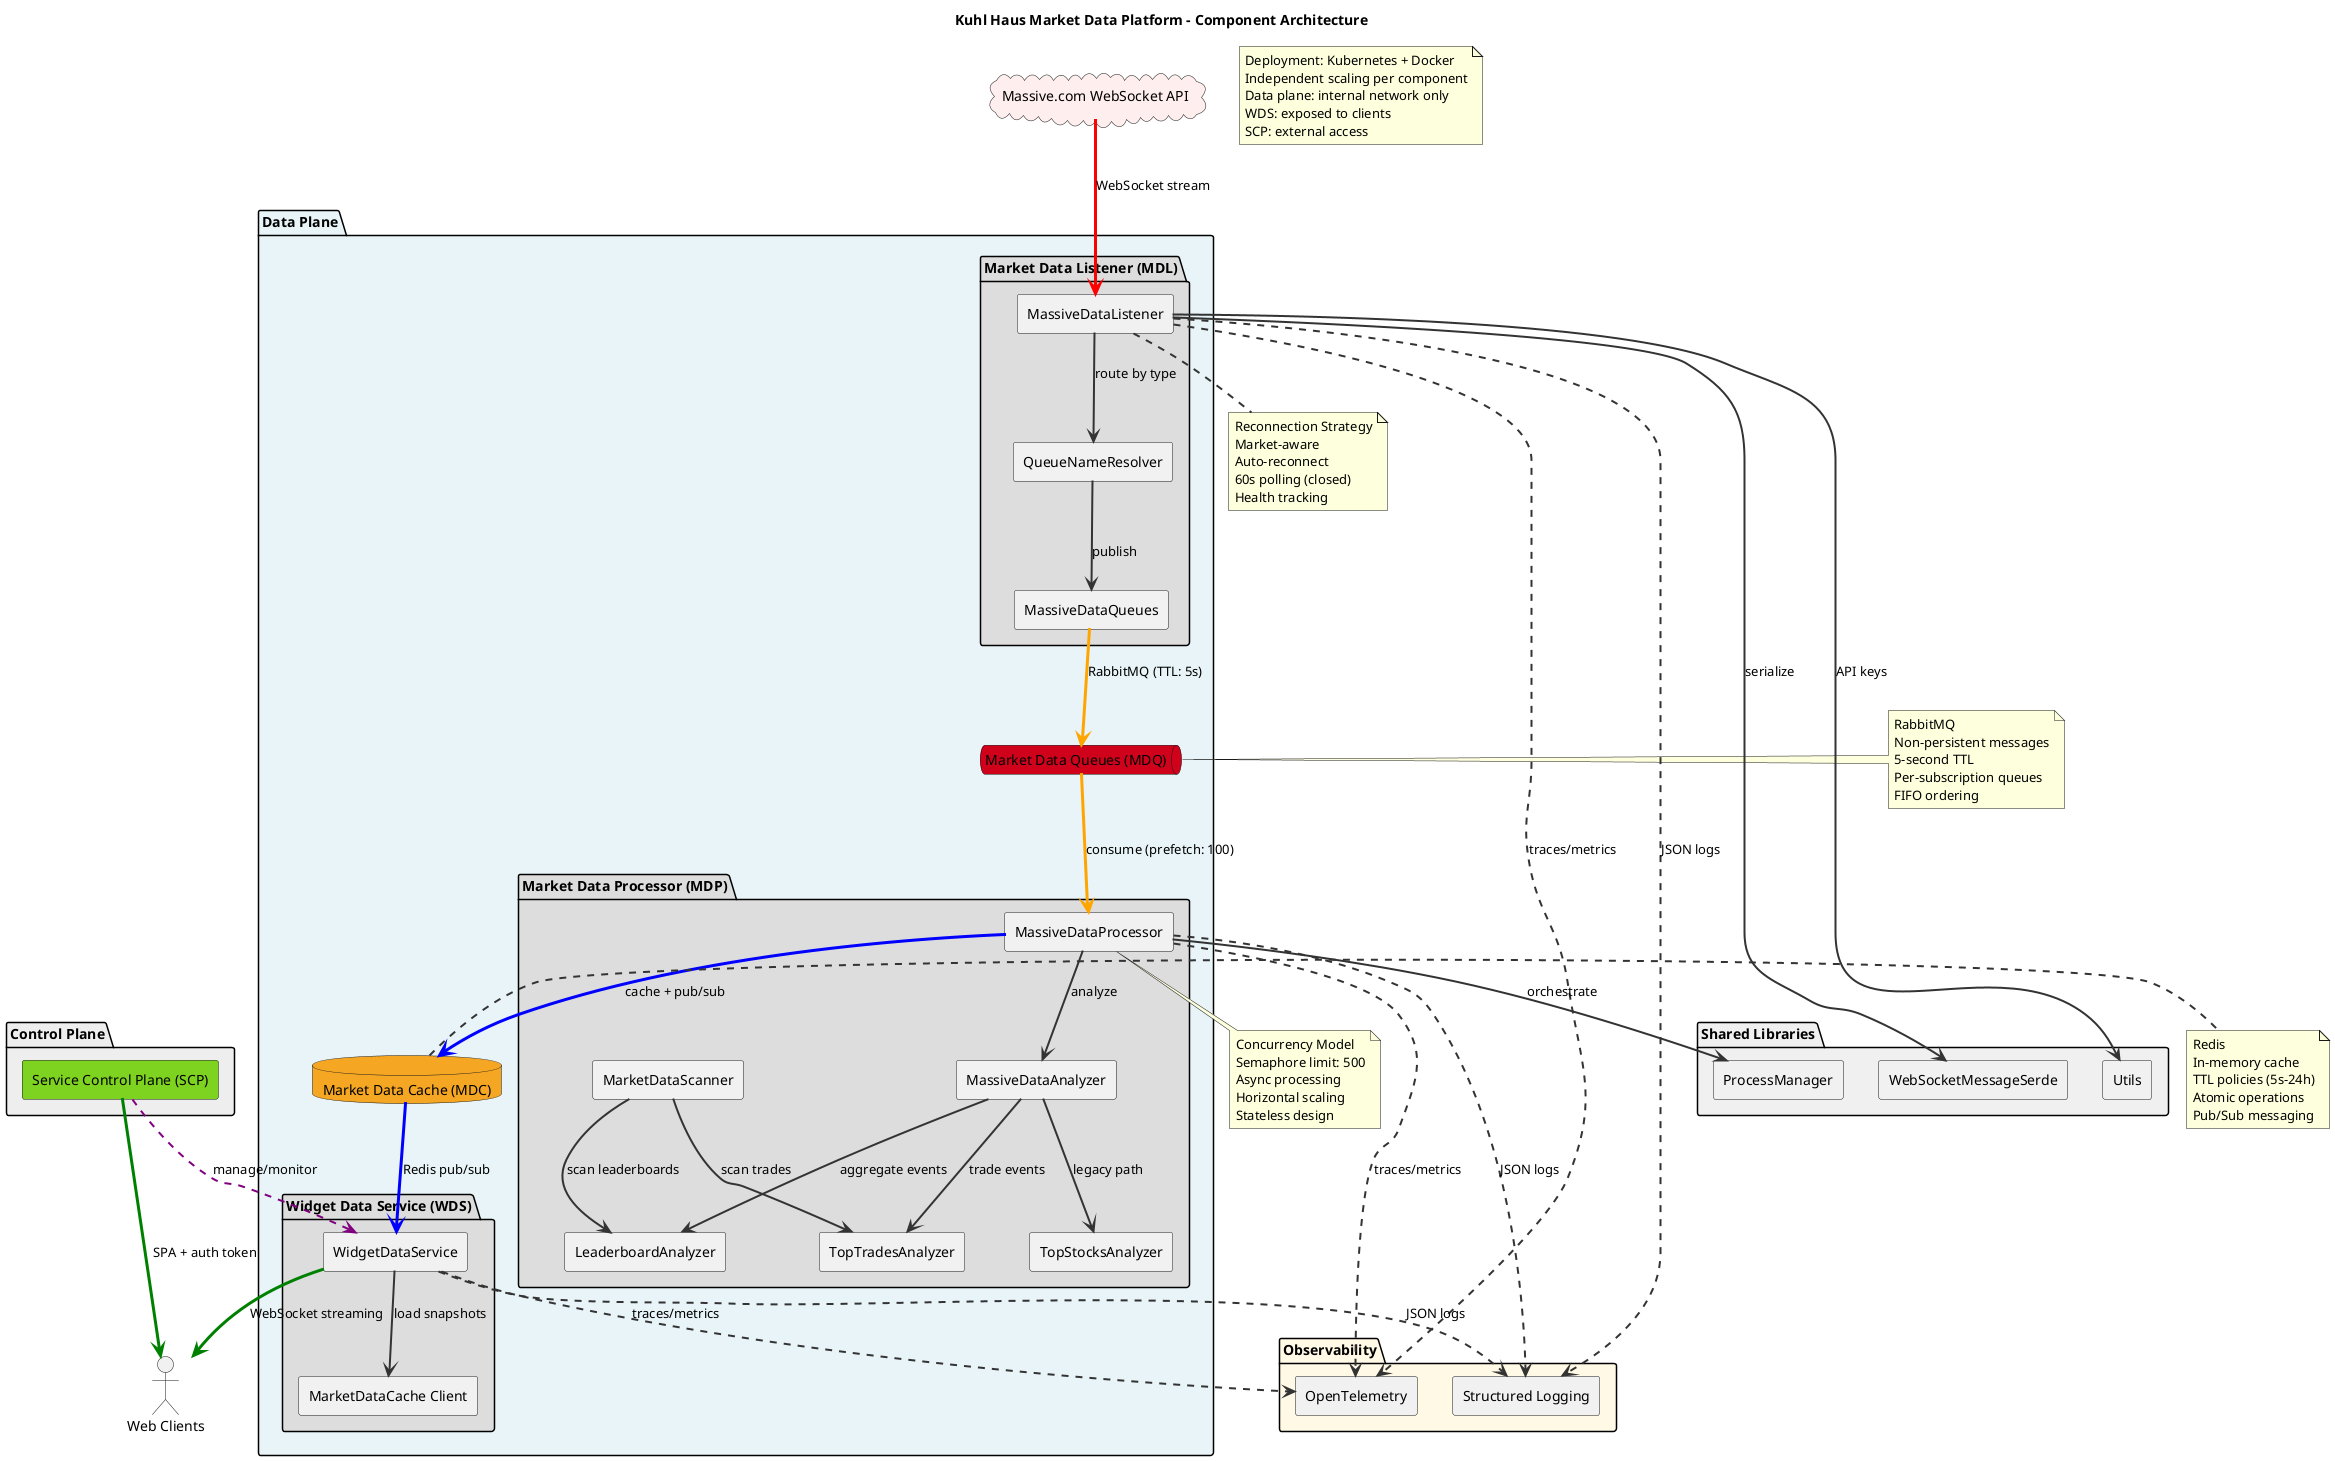
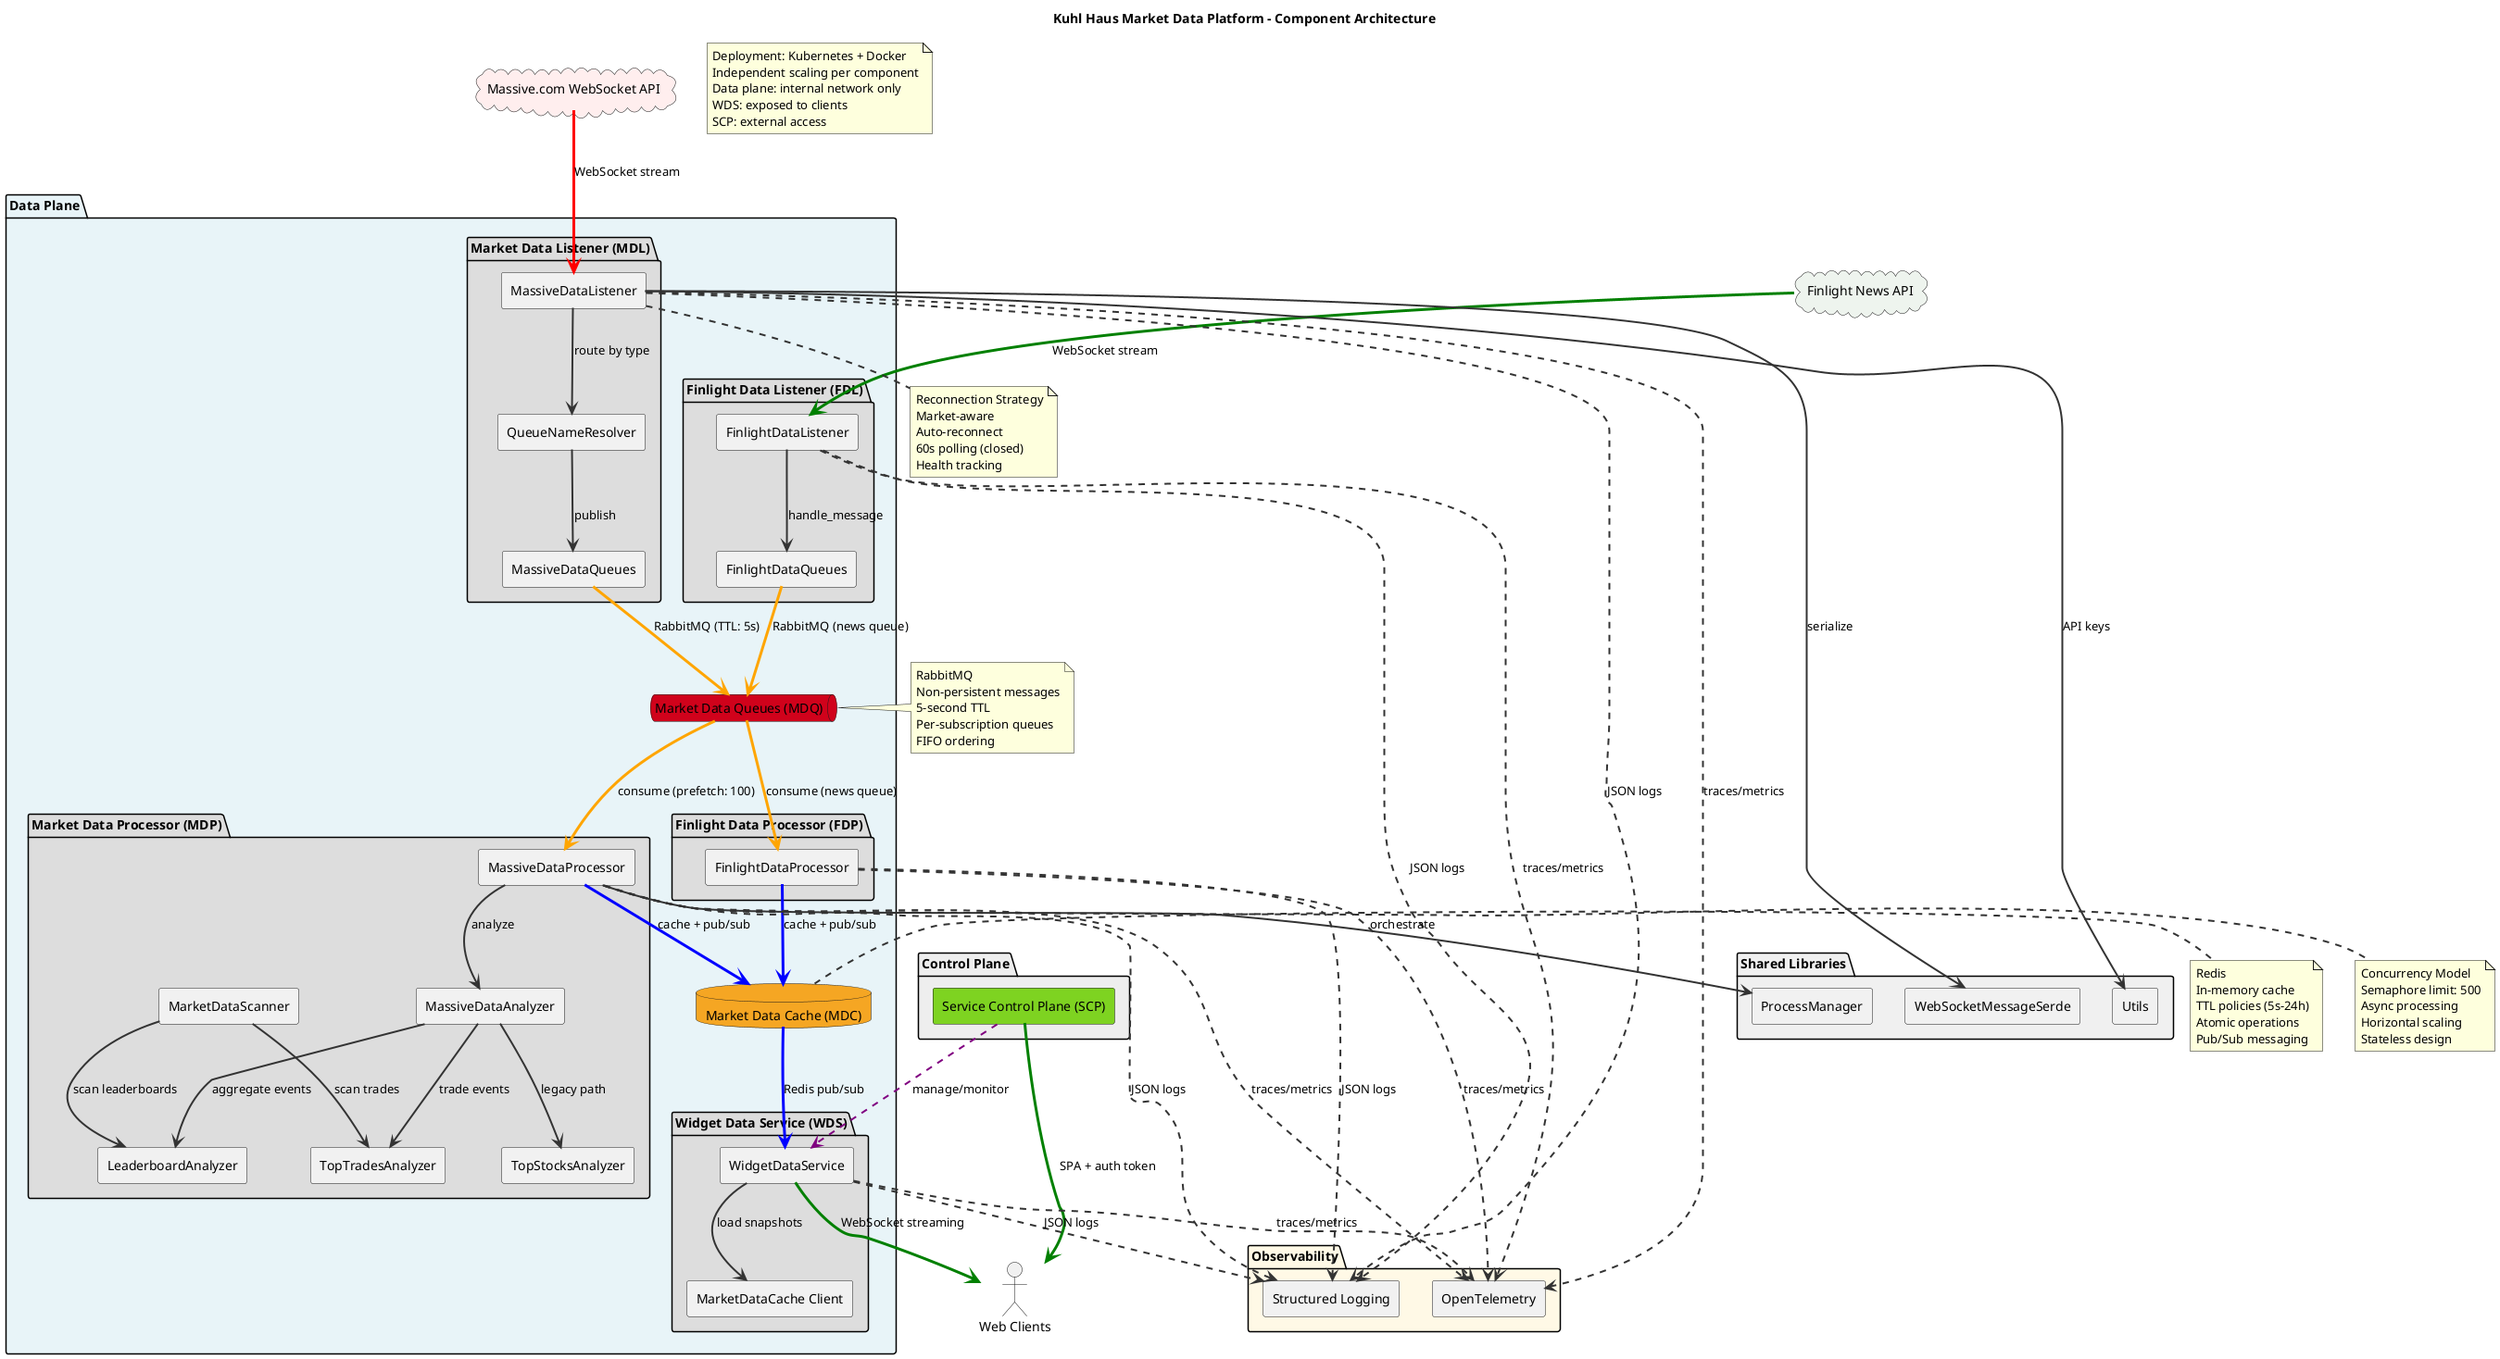
@startuml Market Data Platform Architecture

skinparam componentStyle rectangle
skinparam backgroundColor white
skinparam shadowing false
skinparam ArrowColor #333333
skinparam ArrowThickness 2

title Kuhl Haus Market Data Platform - Component Architecture

cloud "Massive.com WebSocket API" as Massive #FFEEEE
+ cloud "Finlight News API" as Finlight #EEF4EE

package "Control Plane" #EEEEEE {
    component "Service Control Plane (SCP)" as SCP #7ED321
}

package "Data Plane" #E8F4F8 {

    package "Market Data Listener (MDL)" #DDDDDD {
        component "MassiveDataListener" as Listener
        component "MassiveDataQueues" as Queues
        component "QueueNameResolver" as Resolver
    }

+     package "Finlight Data Listener (FDL)" #DDDDDD {
+         component "FinlightDataListener" as FDListener
+         component "FinlightDataQueues" as FDQueues
+     }
+ 
    queue "Market Data Queues (MDQ)" as MDQ #D0021B

    package "Market Data Processor (MDP)" #DDDDDD {
        component "MassiveDataProcessor" as Processor
        component "MarketDataScanner" as Scanner
        component "MassiveDataAnalyzer" as Router
        component "LeaderboardAnalyzer" as Leaderboard
        component "TopTradesAnalyzer" as TopTrades
        component "TopStocksAnalyzer" as TopStocks
+     }
+ 
+     package "Finlight Data Processor (FDP)" #DDDDDD {
+         component "FinlightDataProcessor" as FDProcessor
    }

    database "Market Data Cache (MDC)" as MDC #F5A623

    package "Widget Data Service (WDS)" #DDDDDD {
        component "WidgetDataService" as Widget
        component "MarketDataCache Client" as CacheClient
    }
}

package "Observability" #FFF9E6 {
    component "OpenTelemetry" as OTel
    component "Structured Logging" as Logging
}

package "Shared Libraries" #F0F0F0 {
    component "ProcessManager" as PM
    component "WebSocketMessageSerde" as Serde
    component "Utils" as Utils
}

actor "Web Clients" as Clients

Massive -[#red,thickness=3]-> Listener : WebSocket stream
Listener --> Resolver : route by type
Resolver --> Queues : publish
Queues -[#orange,thickness=3]-> MDQ : RabbitMQ (TTL: 5s)

+ Finlight -[#green,thickness=3]-> FDListener : WebSocket stream
+ FDListener --> FDQueues : handle_message
+ FDQueues -[#orange,thickness=3]-> MDQ : RabbitMQ (news queue)
+ 
MDQ -[#orange,thickness=3]-> Processor : consume (prefetch: 100)
+ MDQ -[#orange,thickness=3]-> FDProcessor : consume (news queue)
Processor --> Router : analyze
Router --> Leaderboard : aggregate events
Router --> TopTrades : trade events
Router --> TopStocks : legacy path
Scanner --> Leaderboard : scan leaderboards
Scanner --> TopTrades : scan trades
Processor -[#blue,thickness=3]-> MDC : cache + pub/sub
+ FDProcessor -[#blue,thickness=3]-> MDC : cache + pub/sub

MDC -[#blue,thickness=3]-> Widget : Redis pub/sub
Widget --> CacheClient : load snapshots
Widget -[#green,thickness=3]-> Clients : WebSocket streaming

SCP .[#purple,dashed].> Widget : manage/monitor
SCP -[#green,thickness=3]-> Clients : SPA + auth token

Listener .down.> OTel : traces/metrics
+ FDListener .down.> OTel : traces/metrics
Processor .down.> OTel : traces/metrics
+ FDProcessor .down.> OTel : traces/metrics
Widget .down.> OTel : traces/metrics
Listener .down.> Logging : JSON logs
+ FDListener .down.> Logging : JSON logs
Processor .down.> Logging : JSON logs
+ FDProcessor .down.> Logging : JSON logs
Widget .down.> Logging : JSON logs

Listener --> Serde : serialize
Processor --> PM : orchestrate
Listener --> Utils : API keys

note right of MDQ
  RabbitMQ
  Non-persistent messages
  5-second TTL
  Per-subscription queues
  FIFO ordering
end note

note right of MDC
  Redis
  In-memory cache
  TTL policies (5s-24h)
  Atomic operations
  Pub/Sub messaging
end note

note bottom of Processor
  Concurrency Model
  Semaphore limit: 500
  Async processing
  Horizontal scaling
  Stateless design
end note

note bottom of Listener
  Reconnection Strategy
  Market-aware
  Auto-reconnect
  60s polling (closed)
  Health tracking
end note

note as DeploymentNote
  Deployment: Kubernetes + Docker
  Independent scaling per component
  Data plane: internal network only
  WDS: exposed to clients
  SCP: external access
end note

@enduml
